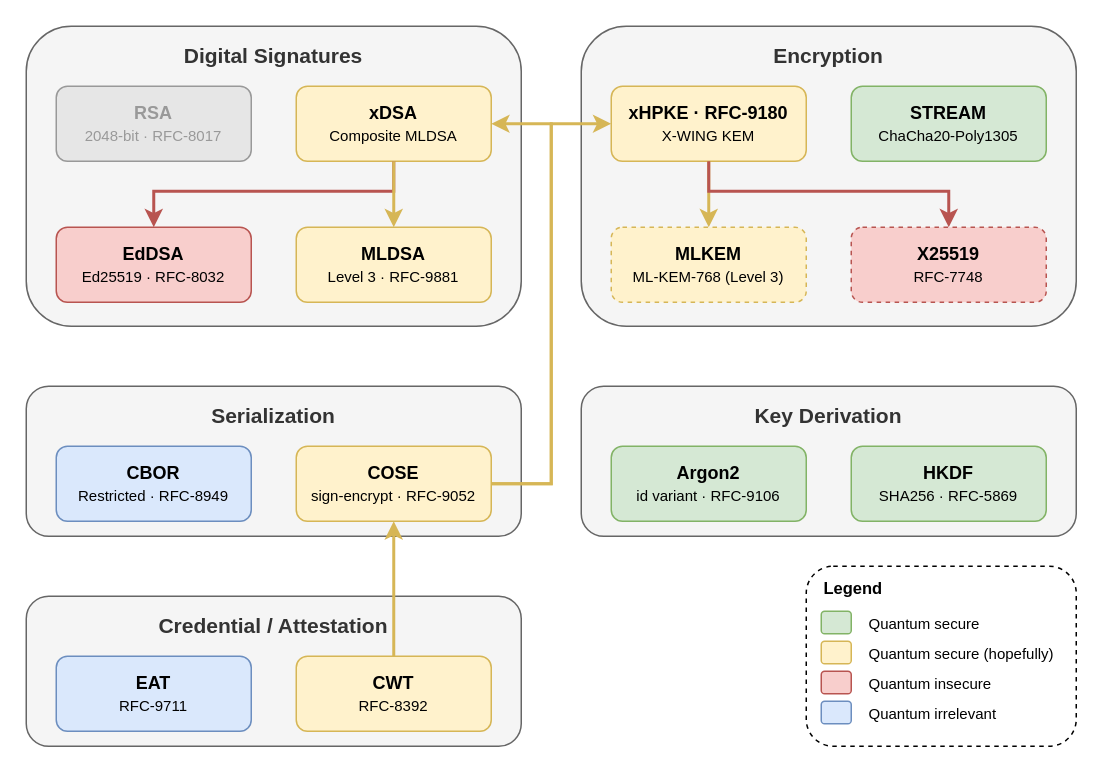
Above: docs/overview.drawio in dark-bio/crypto-ts (draw.io), before the change. Source tidied: cells renumbered, new cells numbered last; positions are measured from the earlier drawing's top-left corner, leaving out a move shared by most shapes. Both pictures are drawn from the tidied source at 150%, with x=0, y=0 at pixel (26, 26).
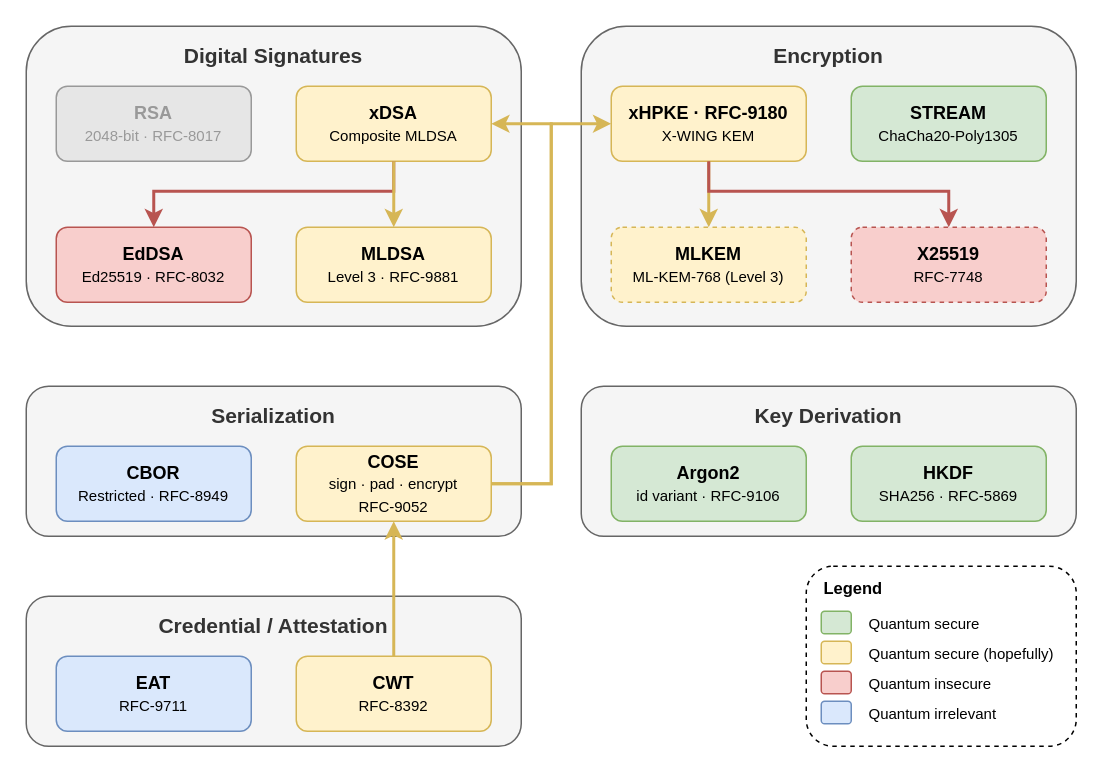
The same page after the edit.

Diff of the diagram source:
```diff
@@
-    <mxCell id="31" value="&lt;b&gt;COSE&lt;/b&gt;&lt;br&gt;&lt;font style=&quot;font-size:10px&quot;&gt;sign-encrypt · RFC-&lt;/font&gt;&lt;span style=&quot;font-size: 10px;&quot;&gt;9052&lt;/span&gt;" style="rounded=1;whiteSpace=wrap;html=1;fillColor=#fff2cc;strokeColor=#d6b656;shadow=0;" parent="1" vertex="1">
+    <mxCell id="31" value="&lt;b&gt;COSE&lt;/b&gt;&lt;br&gt;&lt;font style=&quot;font-size:10px&quot;&gt;sign · pad · encrypt&lt;br&gt;RFC-9052&lt;/font&gt;" style="rounded=1;whiteSpace=wrap;html=1;fillColor=#fff2cc;strokeColor=#d6b656;shadow=0;" parent="1" vertex="1">
       <mxGeometry x="180" y="280" width="130" height="50" as="geometry" />
     </mxCell>
```
